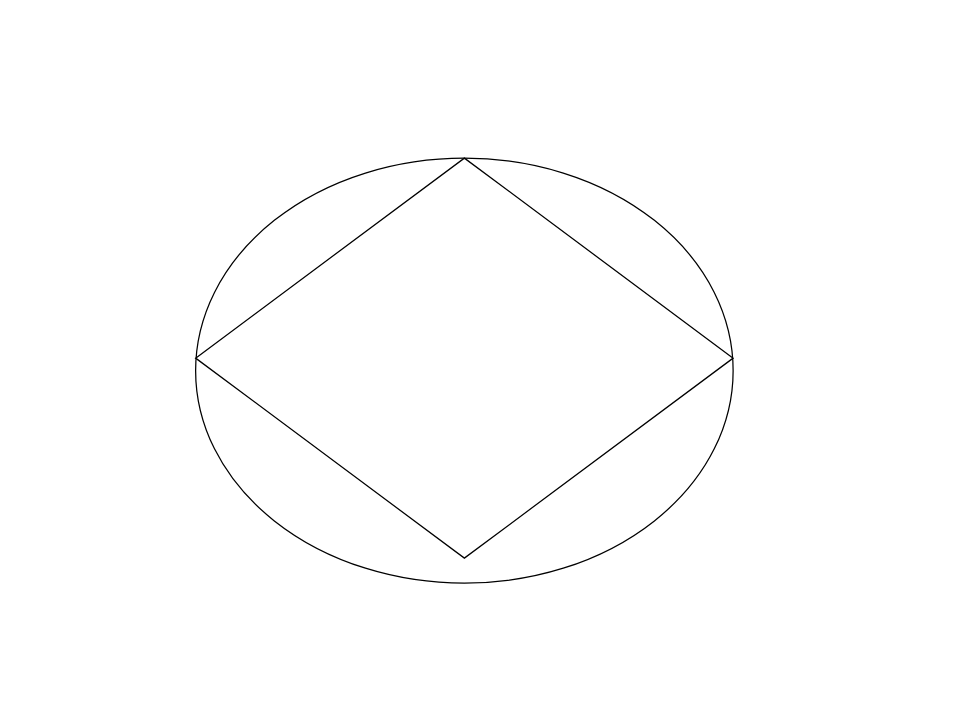
The draw.io diagram Diagrama sem nome.drawio in leonardobandeira/estudo-aws, before the edit. Source tidied: cells renumbered, new cells numbered last; positions are measured from the earlier drawing's top-left corner, leaving out a move shared by most shapes. Both pictures are drawn from the tidied source at 125%, with x=0, y=0 at pixel (195, 158).
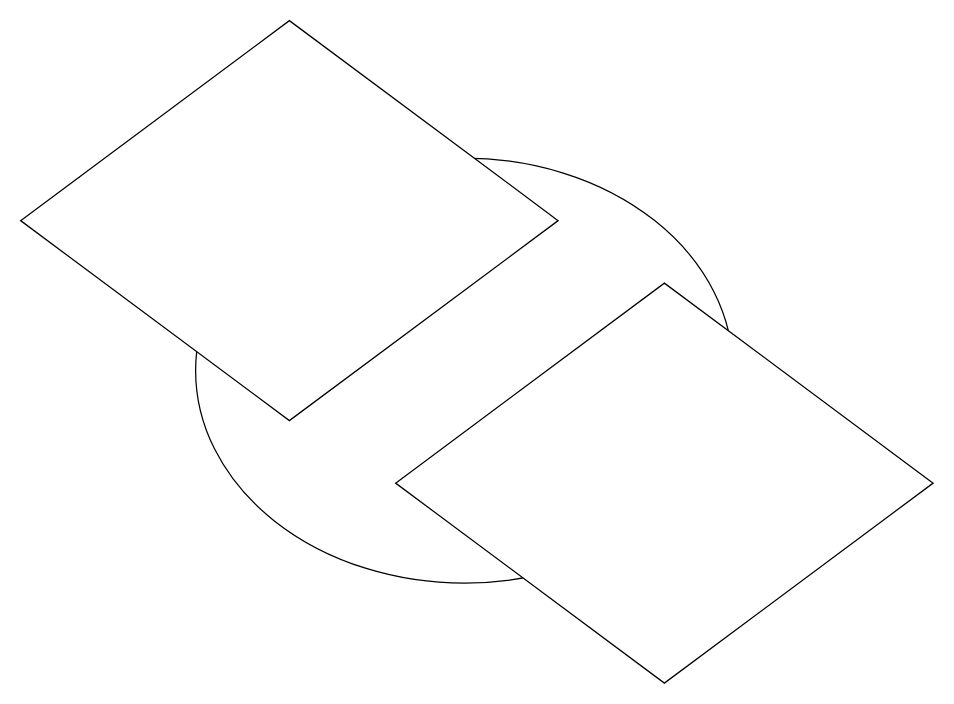
The same page after the edit.

Change to the diagram source:
```diff
@@
 <mxGraphModel>
   <root>
     <mxCell id="0" />
     <mxCell id="1" parent="0" />
     <mxCell id="2" style="ellipse;whiteSpace=wrap;html=1;" parent="1" vertex="1">
       <mxGeometry width="430" height="340" as="geometry" />
     </mxCell>
     <mxCell id="3" style="rhombus;whiteSpace=wrap;html=1;" parent="1" vertex="1">
-      <mxGeometry width="430" height="320" as="geometry" />
+      <mxGeometry x="-140" y="-110" width="430" height="320" as="geometry" />
     </mxCell>
+    <mxCell id="4" style="rhombus;whiteSpace=wrap;html=1;" parent="1" vertex="1">
+      <mxGeometry x="160" y="100" width="430" height="320" as="geometry" />
+    </mxCell>
   </root>
 </mxGraphModel>
```
